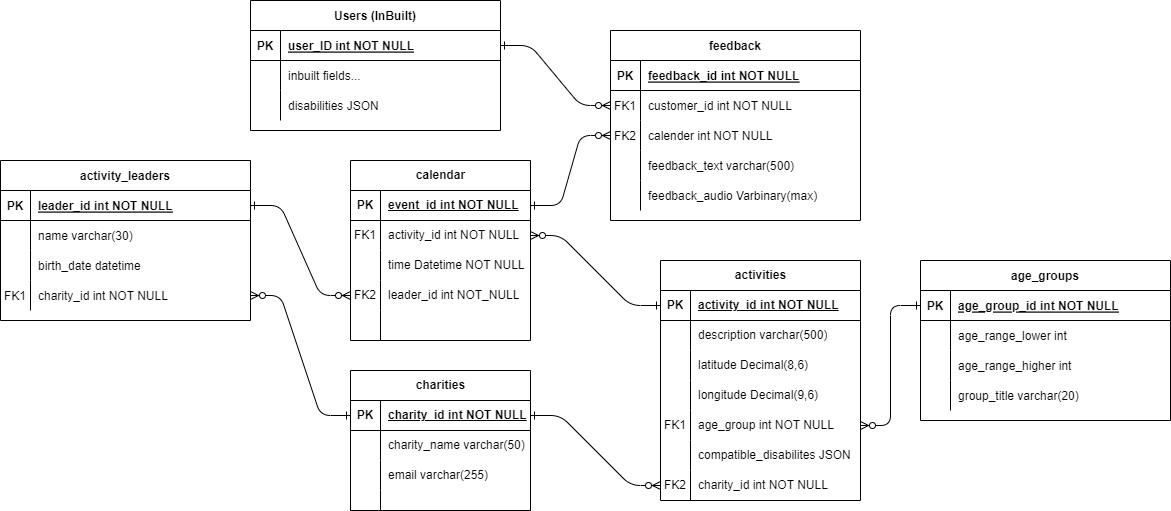
Before: documentation/Diagrams/Database Structure/db structure.png, a diagram exported from draw.io (TomDra/Empower-Events). Source tidied: cells renumbered, new cells last; positions are measured from the earlier drawing's top-left corner, leaving out a move shared by most shapes.
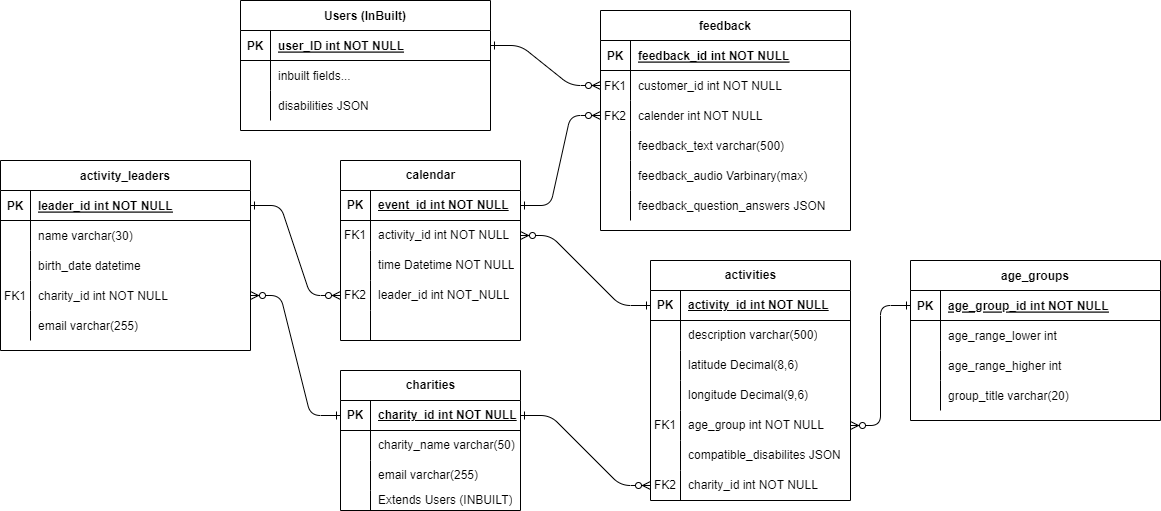
After the commit.

Commit message:
Updated DB Structure diagram

The edit, as a diff of the source:
```diff
@@ -6,7 +6,7 @@
       <mxGeometry relative="1" as="geometry" />
     </mxCell>
     <mxCell id="3" value="feedback" style="shape=table;startSize=30;rowLines=0;fontStyle=1;align=center;" parent="1" vertex="1">
-      <mxGeometry x="610" y="30" width="250" height="190" as="geometry" />
+      <mxGeometry x="610" y="10" width="250" height="220" as="geometry" />
     </mxCell>
     <mxCell id="4" style="shape=partialRectangle;fillColor=none;top=0;left=0;right=0;bottom=1;" parent="3" vertex="1">
       <mxGeometry y="30" width="250" height="30" as="geometry" />
@@ -53,6 +53,15 @@
     <mxCell id="18" value="feedback_audio Varbinary(max)" style="shape=partialRectangle;overflow=hidden;fillColor=none;top=0;left=0;bottom=0;right=0;align=left;spacingLeft=6;" parent="16" vertex="1">
       <mxGeometry x="30" width="220" height="30" as="geometry" />
     </mxCell>
+    <mxCell id="112" style="shape=partialRectangle;fillColor=none;top=0;left=0;right=0;bottom=0;" parent="3" vertex="1">
+      <mxGeometry y="180" width="250" height="30" as="geometry" />
+    </mxCell>
+    <mxCell id="113" style="shape=partialRectangle;overflow=hidden;fillColor=none;top=0;left=0;bottom=0;right=0;" parent="112" vertex="1">
+      <mxGeometry width="30" height="30" as="geometry" />
+    </mxCell>
+    <mxCell id="114" value="feedback_question_answers JSON" style="shape=partialRectangle;overflow=hidden;fillColor=none;top=0;left=0;bottom=0;right=0;align=left;spacingLeft=6;" parent="112" vertex="1">
+      <mxGeometry x="30" width="220" height="30" as="geometry" />
+    </mxCell>
     <mxCell id="19" value="age_groups" style="shape=table;startSize=30;rowLines=0;fontStyle=1;align=center;" parent="1" vertex="1">
       <mxGeometry x="920" y="260" width="250" height="160" as="geometry" />
     </mxCell>
@@ -122,7 +131,7 @@
     <mxCell id="41" value="disabilities JSON" style="shape=partialRectangle;overflow=hidden;fillColor=none;top=0;left=0;bottom=0;right=0;align=left;spacingLeft=6;" parent="39" vertex="1">
       <mxGeometry x="30" width="220" height="30" as="geometry" />
     </mxCell>
-    <mxCell id="42" style="edgeStyle=entityRelationEdgeStyle;endArrow=ERzeroToMany;startArrow=ERone;endFill=1;startFill=0;entryX=0;entryY=0.5;entryDx=0;entryDy=0;exitX=1;exitY=0.5;exitDx=0;exitDy=0;" parent="1" edge="1" source="44" target="10">
+    <mxCell id="42" style="edgeStyle=entityRelationEdgeStyle;endArrow=ERzeroToMany;startArrow=ERone;endFill=1;startFill=0;" parent="1" edge="1" source="44" target="10">
       <mxGeometry relative="1" as="geometry" />
     </mxCell>
     <mxCell id="43" value="calendar" style="shape=table;startSize=30;rowLines=0;fontStyle=1;align=center;html=1;" parent="1" vertex="1">
@@ -173,7 +182,7 @@
     <mxCell id="58" style="shape=partialRectangle;fillColor=none;top=0;left=0;bottom=0;right=0;align=left;spacingLeft=6;overflow=hidden;whiteSpace=wrap;html=1;" parent="56" vertex="1">
       <mxGeometry x="30" width="150" height="30" as="geometry" />
     </mxCell>
-    <mxCell id="59" style="edgeStyle=entityRelationEdgeStyle;endArrow=ERzeroToMany;startArrow=ERone;endFill=1;startFill=0;entryX=1;entryY=0.5;entryDx=0;entryDy=0;exitX=0;exitY=0.5;exitDx=0;exitDy=0;" parent="1" edge="1" source="62" target="47">
+    <mxCell id="59" style="edgeStyle=entityRelationEdgeStyle;endArrow=ERzeroToMany;startArrow=ERone;endFill=1;startFill=0;" parent="1" edge="1" source="62" target="47">
       <mxGeometry relative="1" as="geometry" />
     </mxCell>
     <mxCell id="60" style="edgeStyle=entityRelationEdgeStyle;endArrow=ERzeroToMany;startArrow=ERone;endFill=1;startFill=0;" parent="1" edge="1" source="20" target="74">
@@ -246,7 +255,7 @@
       <mxGeometry x="30" width="170" height="30" as="geometry" />
     </mxCell>
     <mxCell id="83" value="activity_leaders" style="shape=table;startSize=30;rowLines=0;fontStyle=1;align=center;" parent="1" vertex="1">
-      <mxGeometry y="160" width="250" height="160" as="geometry" />
+      <mxGeometry x="10" y="160" width="250" height="190" as="geometry" />
     </mxCell>
     <mxCell id="84" style="shape=partialRectangle;fillColor=none;points=[[0,0.5],[1,0.5]];portConstraint=eastwest;top=0;left=0;right=0;bottom=1;" parent="83" vertex="1">
       <mxGeometry y="30" width="250" height="30" as="geometry" />
@@ -284,6 +293,15 @@
     <mxCell id="95" value="charity_id int NOT NULL" style="shape=partialRectangle;overflow=hidden;fillColor=none;top=0;left=0;bottom=0;right=0;align=left;spacingLeft=6;" parent="93" vertex="1">
       <mxGeometry x="30" width="220" height="30" as="geometry" />
     </mxCell>
+    <mxCell id="115" style="shape=partialRectangle;fillColor=none;top=0;left=0;right=0;bottom=0;" parent="83" vertex="1">
+      <mxGeometry y="150" width="250" height="30" as="geometry" />
+    </mxCell>
+    <mxCell id="116" style="shape=partialRectangle;overflow=hidden;fillColor=none;top=0;left=0;bottom=0;right=0;" parent="115" vertex="1">
+      <mxGeometry width="30" height="30" as="geometry" />
+    </mxCell>
+    <mxCell id="117" value="email varchar(255)" style="shape=partialRectangle;overflow=hidden;fillColor=none;top=0;left=0;bottom=0;right=0;align=left;spacingLeft=6;" parent="115" vertex="1">
+      <mxGeometry x="30" width="220" height="30" as="geometry" />
+    </mxCell>
     <mxCell id="96" style="edgeStyle=entityRelationEdgeStyle;endArrow=ERzeroToMany;startArrow=ERone;endFill=1;startFill=0;" parent="1" edge="1" source="84" target="53">
       <mxGeometry relative="1" as="geometry" />
     </mxCell>
@@ -323,7 +341,7 @@
     <mxCell id="108" style="shape=partialRectangle;fillColor=none;top=0;left=0;bottom=0;right=0;overflow=hidden;whiteSpace=wrap;html=1;" parent="107" vertex="1">
       <mxGeometry width="30" height="20" as="geometry" />
     </mxCell>
-    <mxCell id="109" style="shape=partialRectangle;fillColor=none;top=0;left=0;bottom=0;right=0;align=left;spacingLeft=6;overflow=hidden;whiteSpace=wrap;html=1;" parent="107" vertex="1">
+    <mxCell id="109" value="Extends Users (INBUILT)&lt;div&gt;&lt;br/&gt;&lt;/div&gt;" style="shape=partialRectangle;fillColor=none;top=0;left=0;bottom=0;right=0;align=left;spacingLeft=6;overflow=hidden;whiteSpace=wrap;html=1;" parent="107" vertex="1">
       <mxGeometry x="30" width="150" height="20" as="geometry" />
     </mxCell>
     <mxCell id="110" style="edgeStyle=entityRelationEdgeStyle;endArrow=ERzeroToMany;startArrow=ERone;endFill=1;startFill=0;" parent="1" edge="1" source="98" target="80">
```
